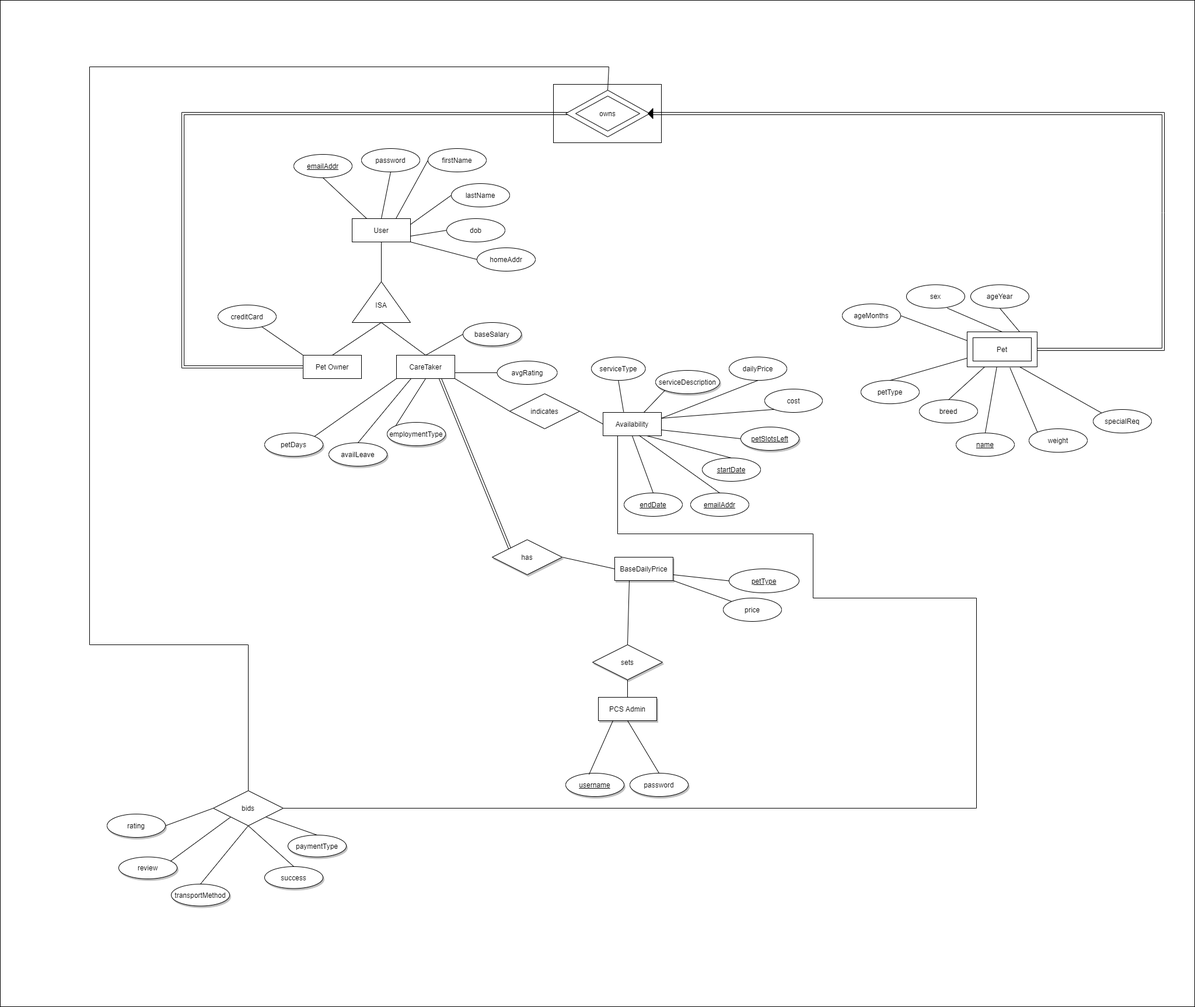
This is ER/PCS_ER_Team10_Final.png from CS2102-2021-S1-Team10/CS2102_2021_S1_Team10, a draw.io export, as it was before one commit. Source tidied: cells renumbered, new cells last; positions are measured from the earlier drawing's top-left corner, leaving out a move shared by most shapes.
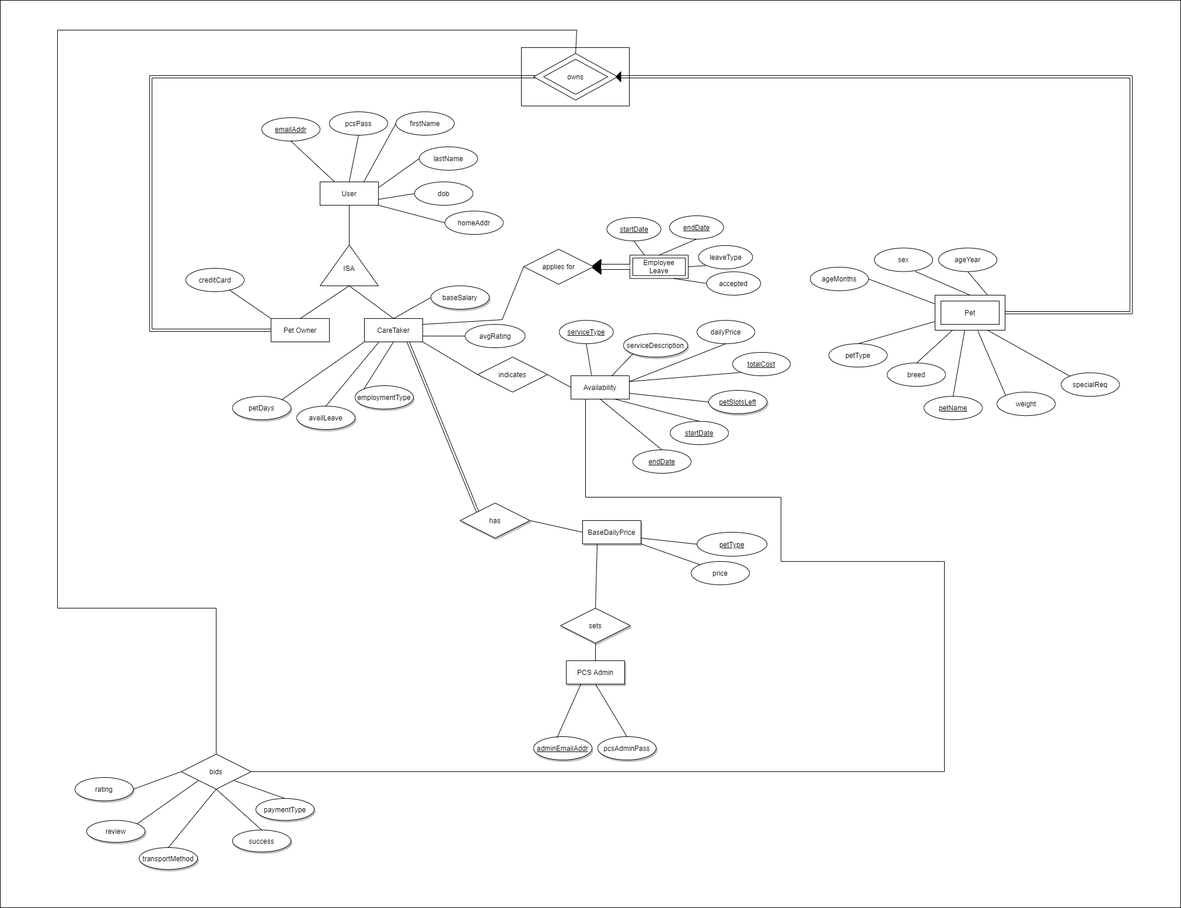
The same file after the commit.

Change to the diagram source:
```diff
@@ -2,9 +2,9 @@
   <root>
     <mxCell id="0" />
     <mxCell id="1" parent="0" />
-    <mxCell id="2" style="rounded=0;whiteSpace=wrap;html=1;" parent="1" vertex="1">
-      <mxGeometry width="2047" height="1724" as="geometry" />
-    </mxCell>
+    <mxCell id="117" style="rounded=0;whiteSpace=wrap;html=1;" parent="1" vertex="1">
+      <mxGeometry x="55" y="63" width="2023" height="1554" as="geometry" />
+    </mxCell>
     <mxCell id="3" style="rounded=0;whiteSpace=wrap;html=1;" parent="1" vertex="1">
       <mxGeometry x="948" y="144" width="185" height="100" as="geometry" />
     </mxCell>
@@ -20,7 +20,7 @@
     <mxCell id="7" value="breed" style="ellipse;whiteSpace=wrap;html=1;align=center;fontStyle=0;fillColor=#FFFFFF;" parent="1" vertex="1">
       <mxGeometry x="1575" y="684.1" width="100" height="40" as="geometry" />
     </mxCell>
-    <mxCell id="8" value="name" style="ellipse;whiteSpace=wrap;html=1;align=center;fillColor=#FFFFFF;fontStyle=4;" parent="1" vertex="1">
+    <mxCell id="8" value="petName" style="ellipse;whiteSpace=wrap;html=1;align=center;fillColor=#FFFFFF;fontStyle=4;" parent="1" vertex="1">
       <mxGeometry x="1638" y="741.3" width="100" height="40" as="geometry" />
     </mxCell>
     <mxCell id="9" style="endArrow=none;html=1;rounded=0;fillColor=#FFFFFF;exitX=0.5;exitY=0;exitDx=0;exitDy=0;entryX=0.423;entryY=1.005;entryDx=0;entryDy=0;entryPerimeter=0;" parent="1" edge="1" source="8" target="102">
@@ -74,7 +74,7 @@
       <mxGeometry x="1203" y="784" width="100" height="40" as="geometry" />
     </mxCell>
     <mxCell id="25" value="&lt;u&gt;endDate&lt;/u&gt;" style="ellipse;whiteSpace=wrap;html=1;align=center;" parent="1" vertex="1">
-      <mxGeometry x="1069" y="844" width="100" height="40" as="geometry" />
+      <mxGeometry x="1139" y="833" width="100" height="40" as="geometry" />
     </mxCell>
     <mxCell id="26" style="endArrow=none;html=1;rounded=0;exitX=0.75;exitY=1;exitDx=0;exitDy=0;entryX=0.5;entryY=0;entryDx=0;entryDy=0;" parent="1" edge="1" source="22" target="24">
       <mxGeometry relative="1" as="geometry" />
@@ -117,7 +117,7 @@
     <mxCell id="36" style="group;" parent="35" vertex="1">
       <mxGeometry width="140" height="70" as="geometry" />
     </mxCell>
-    <mxCell id="37" value="cost" style="ellipse;whiteSpace=wrap;html=1;align=center;" parent="36" vertex="1">
+    <mxCell id="37" value="&lt;u&gt;totalCost&lt;/u&gt;" style="ellipse;whiteSpace=wrap;html=1;align=center;" parent="36" vertex="1">
       <mxGeometry x="77" y="-5.3" width="99" height="40" as="geometry" />
     </mxCell>
     <mxCell id="38" value="avgRating" style="ellipse;whiteSpace=wrap;html=1;align=center;" parent="1" vertex="1">
@@ -129,7 +129,7 @@
     <mxCell id="40" style="endArrow=none;html=1;rounded=0;entryX=0;entryY=1;entryDx=0;entryDy=0;exitX=1;exitY=0.25;exitDx=0;exitDy=0;" parent="1" edge="1" source="22" target="37">
       <mxGeometry relative="1" as="geometry" />
     </mxCell>
-    <mxCell id="41" value="serviceType" style="ellipse;whiteSpace=wrap;html=1;" parent="1" vertex="1">
+    <mxCell id="41" value="&lt;u&gt;serviceType&lt;/u&gt;" style="ellipse;whiteSpace=wrap;html=1;" parent="1" vertex="1">
       <mxGeometry x="1013" y="611.1" width="92.6" height="40" as="geometry" />
     </mxCell>
     <mxCell id="42" style="endArrow=none;html=1;rounded=0;entryX=0.75;entryY=1;entryDx=0;entryDy=0;exitX=0;exitY=0;exitDx=0;exitDy=0;shape=link;" parent="1" edge="1" source="104" target="51">
@@ -191,7 +191,7 @@
     <mxCell id="60" style="endArrow=none;html=1;rounded=0;fillColor=#FFFFFF;exitX=0;exitY=0.5;exitDx=0;exitDy=0;entryX=1;entryY=1;entryDx=0;entryDy=0;" parent="54" edge="1" source="57" target="65">
       <mxGeometry relative="1" as="geometry" />
     </mxCell>
-    <mxCell id="61" value="password" style="ellipse;whiteSpace=wrap;html=1;align=center;fillColor=#FFFFFF;" parent="54" vertex="1">
+    <mxCell id="61" value="pcsPass" style="ellipse;whiteSpace=wrap;html=1;align=center;fillColor=#FFFFFF;" parent="54" vertex="1">
       <mxGeometry x="196" width="100" height="40" as="geometry" />
     </mxCell>
     <mxCell id="62" style="endArrow=none;html=1;fillColor=#FFFFFF;exitX=0.5;exitY=0;exitDx=0;exitDy=0;entryX=0.5;entryY=1;entryDx=0;entryDy=0;" parent="54" edge="1" source="65" target="61">
@@ -240,10 +240,10 @@
         </Array>
       </mxGeometry>
     </mxCell>
-    <mxCell id="74" value="&lt;u&gt;username&lt;/u&gt;" style="ellipse;whiteSpace=wrap;html=1;align=center;shadow=1;" parent="1" vertex="1">
+    <mxCell id="74" value="&lt;u&gt;adminEmailAddr&lt;/u&gt;" style="ellipse;whiteSpace=wrap;html=1;align=center;shadow=1;" parent="1" vertex="1">
       <mxGeometry x="969" y="1324" width="100" height="40" as="geometry" />
     </mxCell>
-    <mxCell id="75" value="password" style="ellipse;whiteSpace=wrap;html=1;align=center;shadow=1;fontStyle=0;" parent="1" vertex="1">
+    <mxCell id="75" value="pcsAdminPass" style="ellipse;whiteSpace=wrap;html=1;align=center;shadow=1;fontStyle=0;" parent="1" vertex="1">
       <mxGeometry x="1079" y="1324" width="100" height="40" as="geometry" />
     </mxCell>
     <mxCell id="76" style="edgeStyle=orthogonalEdgeStyle;rounded=0;orthogonalLoop=1;jettySize=auto;html=1;exitX=0.5;exitY=1;exitDx=0;exitDy=0;" parent="1" edge="1" source="75" target="75">
@@ -369,12 +369,6 @@
         </Array>
       </mxGeometry>
     </mxCell>
-    <mxCell id="112" value="&lt;u&gt;emailAddr&lt;/u&gt;" style="ellipse;whiteSpace=wrap;html=1;align=center;fontStyle=0;fillColor=#FFFFFF;" parent="1" vertex="1">
-      <mxGeometry x="1183" y="844" width="100" height="40" as="geometry" />
-    </mxCell>
-    <mxCell id="113" style="endArrow=none;html=1;exitX=0.5;exitY=0;exitDx=0;exitDy=0;entryX=0.615;entryY=0.98;entryDx=0;entryDy=0;entryPerimeter=0;" parent="1" edge="1" source="112" target="22">
-      <mxGeometry relative="1" as="geometry" />
-    </mxCell>
     <mxCell id="114" style="verticalLabelPosition=bottom;verticalAlign=top;html=1;shape=mxgraph.basic.acute_triangle;dx=0.5;fillColor=#000000;rotation=-90;" parent="1" vertex="1">
       <mxGeometry x="1105.6" y="189.8" width="17.4" height="8.4" as="geometry" />
     </mxCell>
@@ -384,5 +378,62 @@
     <mxCell id="116" style="endArrow=none;html=1;rounded=0;entryX=0.5;entryY=1;entryDx=0;entryDy=0;exitX=1;exitY=0.25;exitDx=0;exitDy=0;" parent="1" edge="1" source="22" target="115">
       <mxGeometry relative="1" as="geometry" />
     </mxCell>
+    <mxCell id="118" style="endArrow=none;html=1;rounded=0;exitX=1;exitY=0.25;exitDx=0;exitDy=0;entryX=0;entryY=0.5;entryDx=0;entryDy=0;" parent="1" edge="1" source="51" target="124">
+      <mxGeometry relative="1" as="geometry">
+        <Array as="points">
+          <mxPoint x="915" y="610" />
+        </Array>
+      </mxGeometry>
+    </mxCell>
+    <mxCell id="119" style="group;" parent="1" vertex="1">
+      <mxGeometry x="952" y="432" width="406" height="136" as="geometry" />
+    </mxCell>
+    <mxCell id="120" value="Employee Leave" style="shape=ext;margin=3;double=1;whiteSpace=wrap;html=1;align=center;" parent="119" vertex="1">
+      <mxGeometry x="182" y="67.4" width="100" height="40" as="geometry" />
+    </mxCell>
+    <mxCell id="121" style="endArrow=classic;html=1;" parent="119" edge="1">
+      <mxGeometry relative="1" as="geometry">
+        <mxPoint x="36" y="94" as="sourcePoint" />
+        <mxPoint x="36" y="94" as="targetPoint" />
+      </mxGeometry>
+    </mxCell>
+    <mxCell id="122" style="verticalLabelPosition=bottom;verticalAlign=top;html=1;shape=mxgraph.basic.acute_triangle;dx=0.5;fillColor=#000000;rotation=-90;" parent="119" vertex="1">
+      <mxGeometry x="111.1" y="78.9" width="26.1" height="17.1" as="geometry" />
+    </mxCell>
+    <mxCell id="123" style="shape=filledEdge;rounded=0;fixDash=1;endArrow=none;strokeWidth=10;fillColor=#ffffff;edgeStyle=orthogonalEdgeStyle;" parent="119" edge="1" source="122" target="120">
+      <mxGeometry relative="1" as="geometry">
+        <Array as="points">
+          <mxPoint x="161" y="87" />
+          <mxPoint x="161" y="87" />
+        </Array>
+      </mxGeometry>
+    </mxCell>
+    <mxCell id="124" value="applies for" style="shape=rhombus;perimeter=rhombusPerimeter;whiteSpace=wrap;html=1;align=center;" parent="119" vertex="1">
+      <mxGeometry y="57.3" width="120" height="60" as="geometry" />
+    </mxCell>
+    <mxCell id="125" value="&lt;u&gt;startDate&lt;/u&gt;" style="ellipse;whiteSpace=wrap;html=1;" parent="119" vertex="1">
+      <mxGeometry x="142.6" y="3" width="92.6" height="40" as="geometry" />
+    </mxCell>
+    <mxCell id="126" style="endArrow=none;html=1;rounded=0;exitX=0.5;exitY=1;exitDx=0;exitDy=0;entryX=0.25;entryY=0;entryDx=0;entryDy=0;" parent="119" edge="1" source="125" target="120">
+      <mxGeometry relative="1" as="geometry" />
+    </mxCell>
+    <mxCell id="127" value="&lt;u&gt;endDate&lt;/u&gt;" style="ellipse;whiteSpace=wrap;html=1;" parent="119" vertex="1">
+      <mxGeometry x="250" width="92.6" height="40" as="geometry" />
+    </mxCell>
+    <mxCell id="128" style="endArrow=none;html=1;rounded=0;exitX=0.5;exitY=1;exitDx=0;exitDy=0;entryX=0.5;entryY=0;entryDx=0;entryDy=0;" parent="119" edge="1" source="127" target="120">
+      <mxGeometry relative="1" as="geometry" />
+    </mxCell>
+    <mxCell id="129" value="leaveType" style="ellipse;whiteSpace=wrap;html=1;" parent="119" vertex="1">
+      <mxGeometry x="299.7" y="51" width="92.6" height="40" as="geometry" />
+    </mxCell>
+    <mxCell id="130" style="endArrow=none;html=1;rounded=0;exitX=0;exitY=1;exitDx=0;exitDy=0;entryX=1;entryY=0.5;entryDx=0;entryDy=0;" parent="119" edge="1" source="129" target="120">
+      <mxGeometry relative="1" as="geometry" />
+    </mxCell>
+    <mxCell id="131" value="accepted" style="ellipse;whiteSpace=wrap;html=1;" parent="119" vertex="1">
+      <mxGeometry x="313.4" y="96" width="92.6" height="40" as="geometry" />
+    </mxCell>
+    <mxCell id="132" style="endArrow=none;html=1;rounded=0;exitX=0;exitY=0.5;exitDx=0;exitDy=0;entryX=0.75;entryY=1;entryDx=0;entryDy=0;" parent="119" edge="1" source="131" target="120">
+      <mxGeometry relative="1" as="geometry" />
+    </mxCell>
   </root>
 </mxGraphModel>
```
